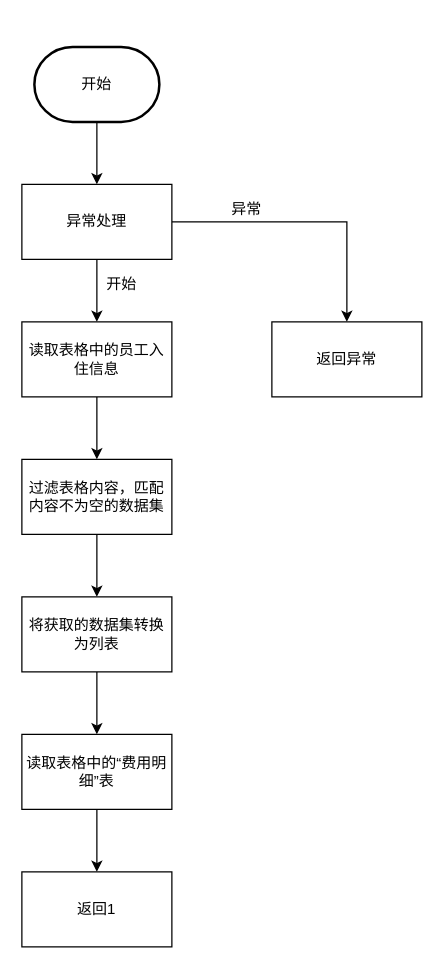
This is page "获取所有房间" (5 of 12) of Diagram Tanpa Judul.drawio from huangbaozhi/UML, a draw.io file, before an edit. Source tidied: cells renumbered, new cells numbered last; positions are measured from the earlier drawing's top-left corner, leaving out a move shared by most shapes. Both pictures are drawn from the tidied source at 125%, with x=0, y=0 at pixel (21, 46).
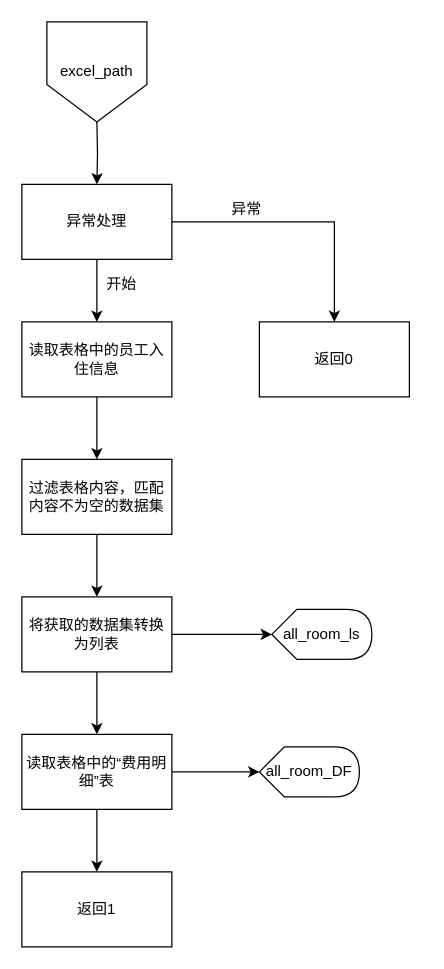
The same diagram, later.

The change refers to these unchanged cells:
```xml
<mxCell id="6" value="异常处理" style="rounded=0;whiteSpace=wrap;html=1;" parent="1" vertex="1">
  <mxGeometry y="110" width="120" height="60" as="geometry" />
</mxCell>
<mxCell id="12" value="将获取的数据集转换为列表" style="rounded=0;whiteSpace=wrap;html=1;" parent="1" vertex="1">
  <mxGeometry y="440" width="120" height="60" as="geometry" />
</mxCell>
<mxCell id="14" value="读取表格中的“费用明细”表" style="rounded=0;whiteSpace=wrap;html=1;" parent="1" vertex="1">
  <mxGeometry y="550" width="120" height="60" as="geometry" />
</mxCell>
```

Change to the diagram source:
```diff
@@
-    <mxCell id="2" style="edgeStyle=orthogonalEdgeStyle;rounded=0;jettySize=auto;html=1;" parent="1" edge="1" source="3" target="6">
-      <mxGeometry relative="1" as="geometry" />
+    <mxCell id="2" style="edgeStyle=orthogonalEdgeStyle;rounded=0;jettySize=auto;html=1;" parent="1" edge="1" target="6">
+      <mxGeometry relative="1" as="geometry">
+        <mxPoint x="60" y="60" as="sourcePoint" />
+      </mxGeometry>
     </mxCell>
-    <mxCell id="3" value="开始" style="strokeWidth=2;html=1;shape=mxgraph.flowchart.terminator;whiteSpace=wrap;" parent="1" vertex="1">
-      <mxGeometry x="10" width="100" height="60" as="geometry" />
-    </mxCell>
@@
+    <mxCell id="19" style="edgeStyle=orthogonalEdgeStyle;rounded=0;jettySize=auto;html=1;" parent="1" edge="1" source="12" target="22">
+      <mxGeometry relative="1" as="geometry" />
+    </mxCell>
@@
+    <mxCell id="20" style="edgeStyle=orthogonalEdgeStyle;rounded=0;jettySize=auto;html=1;" parent="1" edge="1" source="14" target="23">
+      <mxGeometry relative="1" as="geometry" />
+    </mxCell>
@@
-    <mxCell id="16" value="返回异常" style="rounded=0;whiteSpace=wrap;html=1;" parent="1" vertex="1">
-      <mxGeometry x="200" y="220" width="120" height="60" as="geometry" />
+    <mxCell id="16" value="返回0" style="rounded=0;whiteSpace=wrap;html=1;" parent="1" vertex="1">
+      <mxGeometry x="190" y="220" width="120" height="60" as="geometry" />
     </mxCell>
@@
+    <mxCell id="21" value="excel_path" style="shape=offPageConnector;whiteSpace=wrap;html=1;" parent="1" vertex="1">
+      <mxGeometry x="20" y="-20" width="80" height="80" as="geometry" />
+    </mxCell>
+    <mxCell id="22" value="all_room_ls" style="shape=display;whiteSpace=wrap;html=1;" parent="1" vertex="1">
+      <mxGeometry x="200" y="450" width="80" height="40" as="geometry" />
+    </mxCell>
+    <mxCell id="23" value="all_room_DF" style="shape=display;whiteSpace=wrap;html=1;" parent="1" vertex="1">
+      <mxGeometry x="190" y="560" width="80" height="40" as="geometry" />
+    </mxCell>
```
